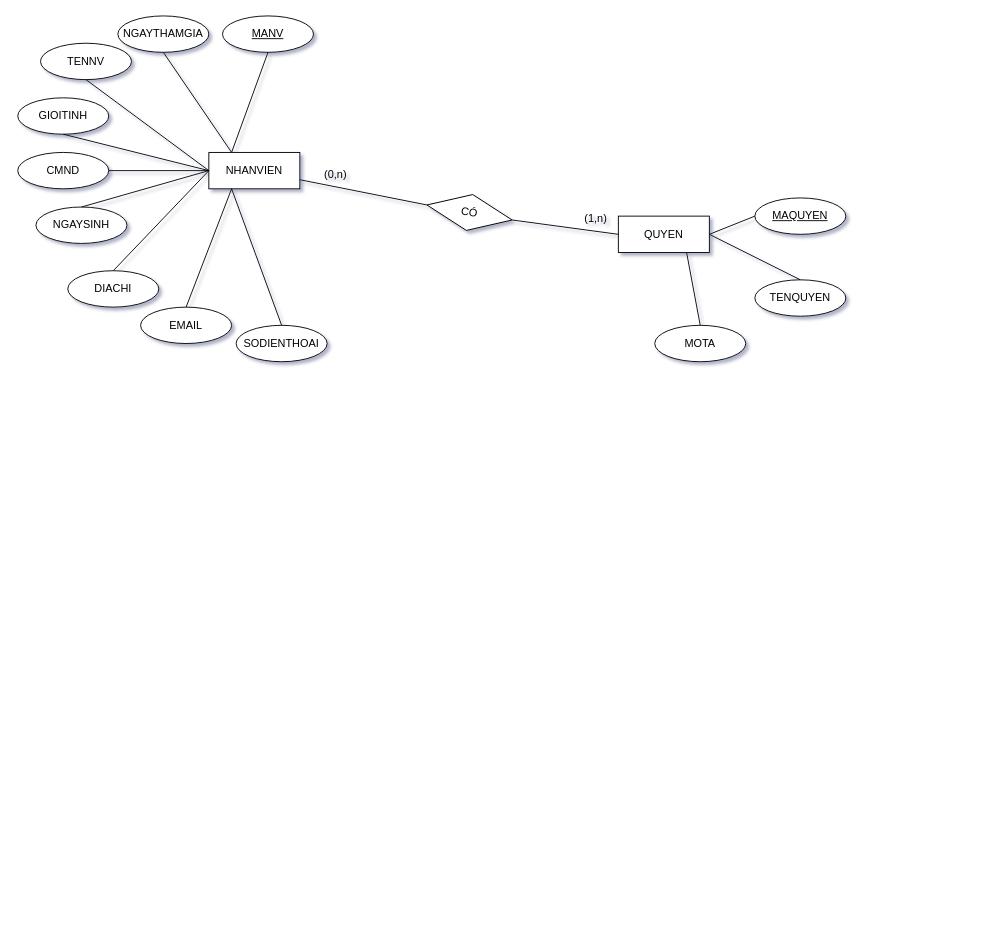
VoHoangDai/CNPM keeps this draw.io diagram as Phanquyen/ERD.drawio. Above is the earlier version. Source tidied: cells renumbered, new cells numbered last; positions are measured from the earlier drawing's top-left corner, leaving out a move shared by most shapes. Both pictures are drawn from the tidied source at 91%, with x=0, y=0 at pixel (17, 15).
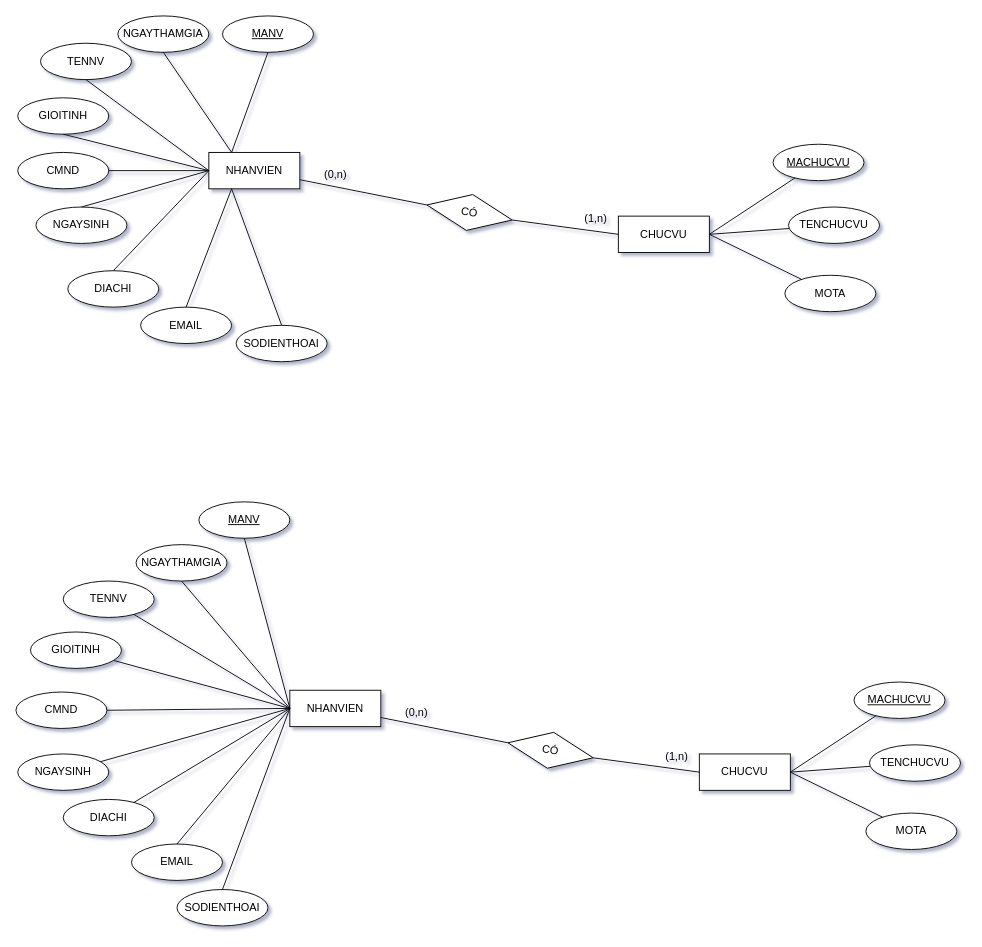
Above is the later version.

Diff of the diagram source:
```diff
@@
-    <mxCell id="21" value="QUYEN" style="whiteSpace=wrap;html=1;align=center;" parent="1" vertex="1">
+    <mxCell id="21" value="CHUCVU" style="whiteSpace=wrap;html=1;align=center;" parent="1" vertex="1">
       <mxGeometry x="660" y="220" width="100" height="40" as="geometry" />
     </mxCell>
-    <mxCell id="22" value="MAQUYEN" style="ellipse;whiteSpace=wrap;html=1;align=center;fontStyle=4;" parent="1" vertex="1">
-      <mxGeometry x="810" y="200" width="100" height="40" as="geometry" />
+    <mxCell id="22" value="MACHUCVU" style="ellipse;whiteSpace=wrap;html=1;align=center;fontStyle=4;" parent="1" vertex="1">
+      <mxGeometry x="830" y="141" width="100" height="40" as="geometry" />
     </mxCell>
-    <mxCell id="23" value="TENQUYEN" style="ellipse;whiteSpace=wrap;html=1;align=center;" parent="1" vertex="1">
-      <mxGeometry x="810" y="290" width="100" height="40" as="geometry" />
+    <mxCell id="23" value="TENCHUCVU" style="ellipse;whiteSpace=wrap;html=1;align=center;" parent="1" vertex="1">
+      <mxGeometry x="847" y="210" width="100" height="40" as="geometry" />
     </mxCell>
     <mxCell id="24" value="MOTA" style="ellipse;whiteSpace=wrap;html=1;align=center;" parent="1" vertex="1">
-      <mxGeometry x="700" y="340" width="100" height="40" as="geometry" />
+      <mxGeometry x="843" y="285" width="100" height="40" as="geometry" />
     </mxCell>
-    <mxCell id="25" style="endArrow=none;html=1;rounded=0;strokeColor=#000000;exitX=0.75;exitY=1;exitDx=0;exitDy=0;entryX=0.5;entryY=0;entryDx=0;entryDy=0;" parent="1" edge="1" source="21" target="24">
+    <mxCell id="25" style="endArrow=none;html=1;rounded=0;strokeColor=#000000;exitX=1;exitY=0.5;exitDx=0;exitDy=0;" parent="1" edge="1" source="21" target="24">
       <mxGeometry relative="1" as="geometry" />
     </mxCell>
-    <mxCell id="26" style="endArrow=none;html=1;rounded=0;strokeColor=#000000;exitX=0.5;exitY=0;exitDx=0;exitDy=0;entryX=1;entryY=0.5;entryDx=0;entryDy=0;" parent="1" edge="1" source="23" target="21">
+    <mxCell id="26" style="endArrow=none;html=1;rounded=0;strokeColor=#000000;entryX=1;entryY=0.5;entryDx=0;entryDy=0;" parent="1" edge="1" source="23" target="21">
       <mxGeometry relative="1" as="geometry" />
     </mxCell>
-    <mxCell id="27" style="endArrow=none;html=1;rounded=0;strokeColor=#000000;exitX=0;exitY=0.5;exitDx=0;exitDy=0;entryX=1;entryY=0.5;entryDx=0;entryDy=0;" parent="1" edge="1" source="22" target="21">
+    <mxCell id="27" style="endArrow=none;html=1;rounded=0;strokeColor=#000000;entryX=1;entryY=0.5;entryDx=0;entryDy=0;" parent="1" edge="1" source="22" target="21">
       <mxGeometry relative="1" as="geometry" />
     </mxCell>
@@
+    <mxCell id="33" value="NHANVIEN" style="whiteSpace=wrap;html=1;align=center;" parent="1" vertex="1">
+      <mxGeometry x="299" y="741" width="100" height="40" as="geometry" />
+    </mxCell>
+    <mxCell id="34" value="MANV" style="ellipse;whiteSpace=wrap;html=1;align=center;fontStyle=4;" parent="1" vertex="1">
+      <mxGeometry x="199" y="534" width="100" height="40" as="geometry" />
+    </mxCell>
+    <mxCell id="35" value="TENNV" style="ellipse;whiteSpace=wrap;html=1;align=center;" parent="1" vertex="1">
+      <mxGeometry x="50" y="621" width="100" height="40" as="geometry" />
+    </mxCell>
+    <mxCell id="36" value="GIOITINH" style="ellipse;whiteSpace=wrap;html=1;align=center;" parent="1" vertex="1">
+      <mxGeometry x="14" y="677" width="100" height="40" as="geometry" />
+    </mxCell>
+    <mxCell id="37" value="CMND" style="ellipse;whiteSpace=wrap;html=1;align=center;" parent="1" vertex="1">
+      <mxGeometry x="-2" y="743" width="100" height="40" as="geometry" />
+    </mxCell>
+    <mxCell id="38" value="NGAYSINH" style="ellipse;whiteSpace=wrap;html=1;align=center;" parent="1" vertex="1">
+      <mxGeometry y="811" width="100" height="40" as="geometry" />
+    </mxCell>
+    <mxCell id="39" value="SODIENTHOAI" style="ellipse;whiteSpace=wrap;html=1;align=center;" parent="1" vertex="1">
+      <mxGeometry x="175" y="960" width="100" height="40" as="geometry" />
+    </mxCell>
+    <mxCell id="40" value="EMAIL" style="ellipse;whiteSpace=wrap;html=1;align=center;" parent="1" vertex="1">
+      <mxGeometry x="125" y="910" width="100" height="40" as="geometry" />
+    </mxCell>
+    <mxCell id="41" value="DIACHI" style="ellipse;whiteSpace=wrap;html=1;align=center;" parent="1" vertex="1">
+      <mxGeometry x="50" y="861" width="100" height="40" as="geometry" />
+    </mxCell>
+    <mxCell id="42" value="NGAYTHAMGIA" style="ellipse;whiteSpace=wrap;html=1;align=center;" parent="1" vertex="1">
+      <mxGeometry x="130" y="581" width="100" height="40" as="geometry" />
+    </mxCell>
+    <mxCell id="43" style="endArrow=none;html=1;rounded=0;strokeColor=#000000;exitX=0;exitY=0.5;exitDx=0;exitDy=0;entryX=0.5;entryY=1;entryDx=0;entryDy=0;" parent="1" edge="1" source="33" target="34">
+      <mxGeometry relative="1" as="geometry" />
+    </mxCell>
+    <mxCell id="44" style="endArrow=none;html=1;rounded=0;strokeColor=#000000;exitX=0;exitY=0.5;exitDx=0;exitDy=0;entryX=0.5;entryY=1;entryDx=0;entryDy=0;" parent="1" edge="1" source="33" target="42">
+      <mxGeometry relative="1" as="geometry" />
+    </mxCell>
+    <mxCell id="45" style="endArrow=none;html=1;rounded=0;strokeColor=#000000;exitX=0;exitY=0.5;exitDx=0;exitDy=0;" parent="1" edge="1" source="33" target="35">
+      <mxGeometry relative="1" as="geometry" />
+    </mxCell>
+    <mxCell id="46" style="endArrow=none;html=1;rounded=0;strokeColor=#000000;exitX=0;exitY=0.5;exitDx=0;exitDy=0;" parent="1" edge="1" source="33" target="36">
+      <mxGeometry relative="1" as="geometry" />
+    </mxCell>
+    <mxCell id="47" style="endArrow=none;html=1;rounded=0;strokeColor=#000000;exitX=0;exitY=0.5;exitDx=0;exitDy=0;entryX=1;entryY=0.5;entryDx=0;entryDy=0;" parent="1" edge="1" source="33" target="37">
+      <mxGeometry relative="1" as="geometry" />
+    </mxCell>
+    <mxCell id="48" style="endArrow=none;html=1;rounded=0;strokeColor=#000000;" parent="1" edge="1" target="38">
+      <mxGeometry relative="1" as="geometry">
+        <mxPoint x="299" y="761" as="sourcePoint" />
+      </mxGeometry>
+    </mxCell>
+    <mxCell id="49" style="endArrow=none;html=1;rounded=0;strokeColor=#000000;exitX=0;exitY=0.5;exitDx=0;exitDy=0;" parent="1" edge="1" source="33" target="41">
+      <mxGeometry relative="1" as="geometry" />
+    </mxCell>
+    <mxCell id="50" style="endArrow=none;html=1;rounded=0;strokeColor=#000000;exitX=0;exitY=0.5;exitDx=0;exitDy=0;entryX=0.5;entryY=0;entryDx=0;entryDy=0;" parent="1" edge="1" source="33" target="40">
+      <mxGeometry relative="1" as="geometry" />
+    </mxCell>
+    <mxCell id="51" style="endArrow=none;html=1;rounded=0;strokeColor=#000000;exitX=0;exitY=0.5;exitDx=0;exitDy=0;entryX=0.5;entryY=0;entryDx=0;entryDy=0;" parent="1" edge="1" source="33" target="39">
+      <mxGeometry relative="1" as="geometry" />
+    </mxCell>
+    <mxCell id="52" value="CHUCVU" style="whiteSpace=wrap;html=1;align=center;" parent="1" vertex="1">
+      <mxGeometry x="749" y="811" width="100" height="40" as="geometry" />
+    </mxCell>
+    <mxCell id="53" value="MACHUCVU" style="ellipse;whiteSpace=wrap;html=1;align=center;fontStyle=4;" parent="1" vertex="1">
+      <mxGeometry x="919" y="732" width="100" height="40" as="geometry" />
+    </mxCell>
+    <mxCell id="54" value="TENCHUCVU" style="ellipse;whiteSpace=wrap;html=1;align=center;" parent="1" vertex="1">
+      <mxGeometry x="936" y="801" width="100" height="40" as="geometry" />
+    </mxCell>
+    <mxCell id="55" value="MOTA" style="ellipse;whiteSpace=wrap;html=1;align=center;" parent="1" vertex="1">
+      <mxGeometry x="932" y="876" width="100" height="40" as="geometry" />
+    </mxCell>
+    <mxCell id="56" style="endArrow=none;html=1;rounded=0;strokeColor=#000000;exitX=1;exitY=0.5;exitDx=0;exitDy=0;" parent="1" edge="1" source="52" target="55">
+      <mxGeometry relative="1" as="geometry" />
+    </mxCell>
+    <mxCell id="57" style="endArrow=none;html=1;rounded=0;strokeColor=#000000;entryX=1;entryY=0.5;entryDx=0;entryDy=0;" parent="1" edge="1" source="54" target="52">
+      <mxGeometry relative="1" as="geometry" />
+    </mxCell>
+    <mxCell id="58" style="endArrow=none;html=1;rounded=0;strokeColor=#000000;entryX=1;entryY=0.5;entryDx=0;entryDy=0;" parent="1" edge="1" source="53" target="52">
+      <mxGeometry relative="1" as="geometry" />
+    </mxCell>
+    <mxCell id="59" value="CÓ" style="shape=rhombus;perimeter=rhombusPerimeter;whiteSpace=wrap;html=1;align=center;rotation=10;" parent="1" vertex="1">
+      <mxGeometry x="538" y="787" width="95" height="40" as="geometry" />
+    </mxCell>
+    <mxCell id="60" style="endArrow=none;html=1;rounded=0;strokeColor=#000000;exitX=1;exitY=0.75;exitDx=0;exitDy=0;entryX=0;entryY=0.5;entryDx=0;entryDy=0;" parent="1" edge="1" source="33" target="59">
+      <mxGeometry relative="1" as="geometry" />
+    </mxCell>
+    <mxCell id="61" style="endArrow=none;html=1;rounded=0;strokeColor=#000000;exitX=1;exitY=0.5;exitDx=0;exitDy=0;entryX=0;entryY=0.5;entryDx=0;entryDy=0;" parent="1" edge="1" source="59" target="52">
+      <mxGeometry relative="1" as="geometry" />
+    </mxCell>
+    <mxCell id="62" value="(1,n)" style="text;html=1;align=center;verticalAlign=middle;strokeColor=none;fillColor=none;" parent="1" vertex="1">
+      <mxGeometry x="706" y="805" width="35" height="18" as="geometry" />
+    </mxCell>
+    <mxCell id="63" value="(0,n)" style="text;html=1;align=center;verticalAlign=middle;strokeColor=none;fillColor=none;" parent="1" vertex="1">
+      <mxGeometry x="420" y="757" width="35" height="18" as="geometry" />
+    </mxCell>
```
